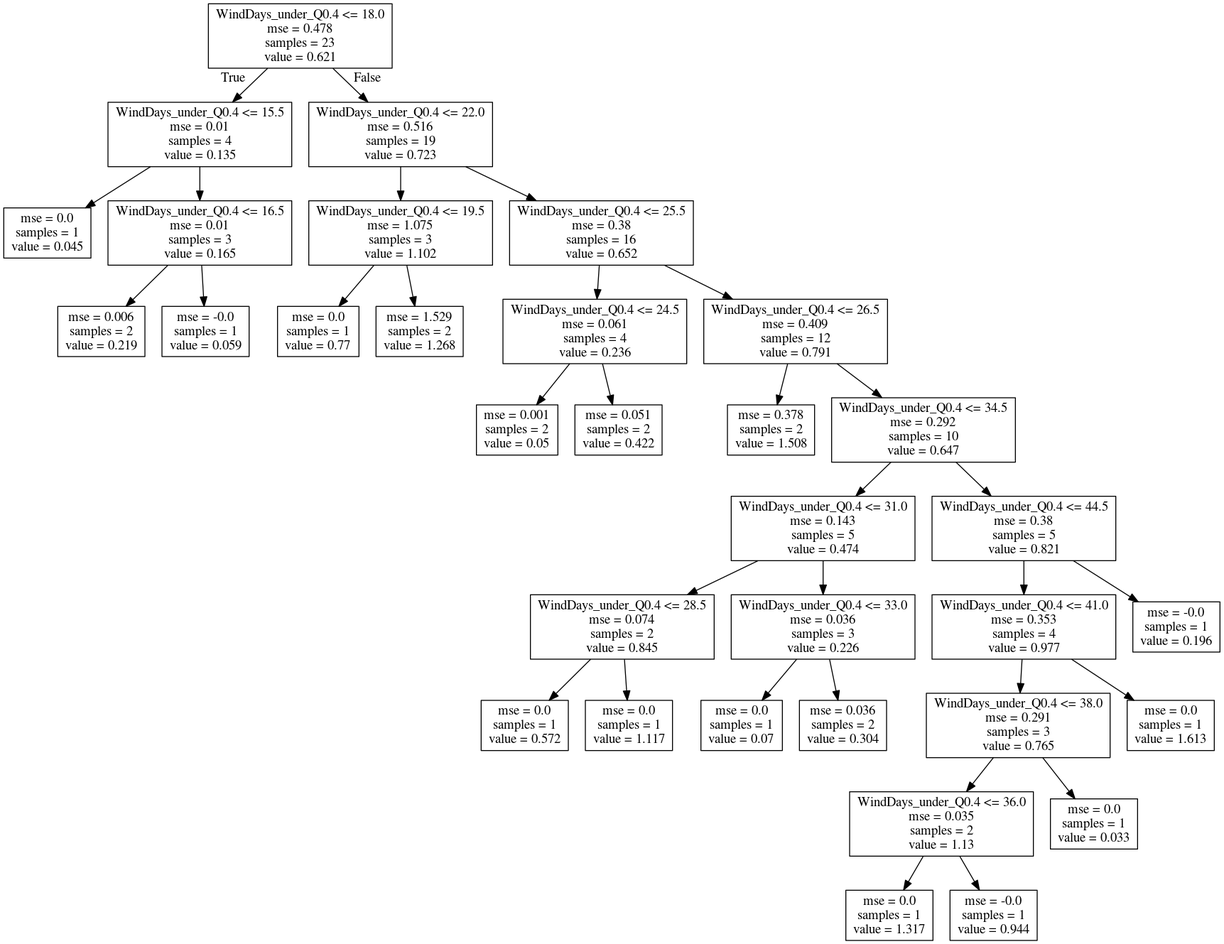
The Graphviz diagram Norway_Morsa/Model_Development/Figures/Discretization_regTrees/summ_Cyano-WindDays_under_Q0.4.png in icra/WATExR, before a commit. Its source is kept beside it as Norway_Morsa/Model_Development/Figures/Discretization_regTrees/summ_Cyano-WindDays_under_Q0.4.dot. The source it was exported from:
```dot
digraph Tree {
node [shape=box] ;
0 [label="WindDays_under_Q0.4 <= 18.0\nmse = 0.478\nsamples = 23\nvalue = 0.621"] ;
1 [label="WindDays_under_Q0.4 <= 15.5\nmse = 0.01\nsamples = 4\nvalue = 0.135"] ;
0 -> 1 [labeldistance=2.5, labelangle=45, headlabel="True"] ;
2 [label="mse = 0.0\nsamples = 1\nvalue = 0.045"] ;
1 -> 2 ;
3 [label="WindDays_under_Q0.4 <= 16.5\nmse = 0.01\nsamples = 3\nvalue = 0.165"] ;
1 -> 3 ;
4 [label="mse = 0.006\nsamples = 2\nvalue = 0.219"] ;
3 -> 4 ;
5 [label="mse = -0.0\nsamples = 1\nvalue = 0.059"] ;
3 -> 5 ;
6 [label="WindDays_under_Q0.4 <= 22.0\nmse = 0.516\nsamples = 19\nvalue = 0.723"] ;
0 -> 6 [labeldistance=2.5, labelangle=-45, headlabel="False"] ;
7 [label="WindDays_under_Q0.4 <= 19.5\nmse = 1.075\nsamples = 3\nvalue = 1.102"] ;
6 -> 7 ;
8 [label="mse = 0.0\nsamples = 1\nvalue = 0.77"] ;
7 -> 8 ;
9 [label="mse = 1.529\nsamples = 2\nvalue = 1.268"] ;
7 -> 9 ;
10 [label="WindDays_under_Q0.4 <= 25.5\nmse = 0.38\nsamples = 16\nvalue = 0.652"] ;
6 -> 10 ;
11 [label="WindDays_under_Q0.4 <= 24.5\nmse = 0.061\nsamples = 4\nvalue = 0.236"] ;
10 -> 11 ;
12 [label="mse = 0.001\nsamples = 2\nvalue = 0.05"] ;
11 -> 12 ;
13 [label="mse = 0.051\nsamples = 2\nvalue = 0.422"] ;
11 -> 13 ;
14 [label="WindDays_under_Q0.4 <= 26.5\nmse = 0.409\nsamples = 12\nvalue = 0.791"] ;
10 -> 14 ;
15 [label="mse = 0.378\nsamples = 2\nvalue = 1.508"] ;
14 -> 15 ;
16 [label="WindDays_under_Q0.4 <= 34.5\nmse = 0.292\nsamples = 10\nvalue = 0.647"] ;
14 -> 16 ;
17 [label="WindDays_under_Q0.4 <= 31.0\nmse = 0.143\nsamples = 5\nvalue = 0.474"] ;
16 -> 17 ;
18 [label="WindDays_under_Q0.4 <= 28.5\nmse = 0.074\nsamples = 2\nvalue = 0.845"] ;
17 -> 18 ;
19 [label="mse = 0.0\nsamples = 1\nvalue = 0.572"] ;
18 -> 19 ;
20 [label="mse = 0.0\nsamples = 1\nvalue = 1.117"] ;
18 -> 20 ;
21 [label="WindDays_under_Q0.4 <= 33.0\nmse = 0.036\nsamples = 3\nvalue = 0.226"] ;
17 -> 21 ;
22 [label="mse = 0.0\nsamples = 1\nvalue = 0.07"] ;
21 -> 22 ;
23 [label="mse = 0.036\nsamples = 2\nvalue = 0.304"] ;
21 -> 23 ;
24 [label="WindDays_under_Q0.4 <= 44.5\nmse = 0.38\nsamples = 5\nvalue = 0.821"] ;
16 -> 24 ;
25 [label="WindDays_under_Q0.4 <= 41.0\nmse = 0.353\nsamples = 4\nvalue = 0.977"] ;
24 -> 25 ;
26 [label="WindDays_under_Q0.4 <= 38.0\nmse = 0.291\nsamples = 3\nvalue = 0.765"] ;
25 -> 26 ;
27 [label="WindDays_under_Q0.4 <= 36.0\nmse = 0.035\nsamples = 2\nvalue = 1.13"] ;
26 -> 27 ;
28 [label="mse = 0.0\nsamples = 1\nvalue = 1.317"] ;
27 -> 28 ;
29 [label="mse = -0.0\nsamples = 1\nvalue = 0.944"] ;
27 -> 29 ;
30 [label="mse = 0.0\nsamples = 1\nvalue = 0.033"] ;
26 -> 30 ;
31 [label="mse = 0.0\nsamples = 1\nvalue = 1.613"] ;
25 -> 31 ;
32 [label="mse = -0.0\nsamples = 1\nvalue = 0.196"] ;
24 -> 32 ;
}
```
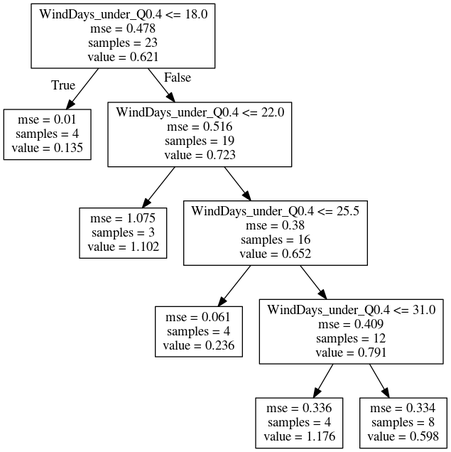
After the commit.

The edit, as a diff of the source:
```diff
@@ -1,68 +1,20 @@
 digraph Tree {
 node [shape=box] ;
 0 [label="WindDays_under_Q0.4 <= 18.0\nmse = 0.478\nsamples = 23\nvalue = 0.621"] ;
-1 [label="WindDays_under_Q0.4 <= 15.5\nmse = 0.01\nsamples = 4\nvalue = 0.135"] ;
+1 [label="mse = 0.01\nsamples = 4\nvalue = 0.135"] ;
 0 -> 1 [labeldistance=2.5, labelangle=45, headlabel="True"] ;
-2 [label="mse = 0.0\nsamples = 1\nvalue = 0.045"] ;
-1 -> 2 ;
-3 [label="WindDays_under_Q0.4 <= 16.5\nmse = 0.01\nsamples = 3\nvalue = 0.165"] ;
-1 -> 3 ;
-4 [label="mse = 0.006\nsamples = 2\nvalue = 0.219"] ;
-3 -> 4 ;
-5 [label="mse = -0.0\nsamples = 1\nvalue = 0.059"] ;
-3 -> 5 ;
-6 [label="WindDays_under_Q0.4 <= 22.0\nmse = 0.516\nsamples = 19\nvalue = 0.723"] ;
-0 -> 6 [labeldistance=2.5, labelangle=-45, headlabel="False"] ;
-7 [label="WindDays_under_Q0.4 <= 19.5\nmse = 1.075\nsamples = 3\nvalue = 1.102"] ;
+2 [label="WindDays_under_Q0.4 <= 22.0\nmse = 0.516\nsamples = 19\nvalue = 0.723"] ;
+0 -> 2 [labeldistance=2.5, labelangle=-45, headlabel="False"] ;
+3 [label="mse = 1.075\nsamples = 3\nvalue = 1.102"] ;
+2 -> 3 ;
+4 [label="WindDays_under_Q0.4 <= 25.5\nmse = 0.38\nsamples = 16\nvalue = 0.652"] ;
+2 -> 4 ;
+5 [label="mse = 0.061\nsamples = 4\nvalue = 0.236"] ;
+4 -> 5 ;
+6 [label="WindDays_under_Q0.4 <= 31.0\nmse = 0.409\nsamples = 12\nvalue = 0.791"] ;
+4 -> 6 ;
+7 [label="mse = 0.336\nsamples = 4\nvalue = 1.176"] ;
 6 -> 7 ;
-8 [label="mse = 0.0\nsamples = 1\nvalue = 0.77"] ;
-7 -> 8 ;
-9 [label="mse = 1.529\nsamples = 2\nvalue = 1.268"] ;
-7 -> 9 ;
-10 [label="WindDays_under_Q0.4 <= 25.5\nmse = 0.38\nsamples = 16\nvalue = 0.652"] ;
-6 -> 10 ;
-11 [label="WindDays_under_Q0.4 <= 24.5\nmse = 0.061\nsamples = 4\nvalue = 0.236"] ;
-10 -> 11 ;
-12 [label="mse = 0.001\nsamples = 2\nvalue = 0.05"] ;
-11 -> 12 ;
-13 [label="mse = 0.051\nsamples = 2\nvalue = 0.422"] ;
-11 -> 13 ;
-14 [label="WindDays_under_Q0.4 <= 26.5\nmse = 0.409\nsamples = 12\nvalue = 0.791"] ;
-10 -> 14 ;
-15 [label="mse = 0.378\nsamples = 2\nvalue = 1.508"] ;
-14 -> 15 ;
-16 [label="WindDays_under_Q0.4 <= 34.5\nmse = 0.292\nsamples = 10\nvalue = 0.647"] ;
-14 -> 16 ;
-17 [label="WindDays_under_Q0.4 <= 31.0\nmse = 0.143\nsamples = 5\nvalue = 0.474"] ;
-16 -> 17 ;
-18 [label="WindDays_under_Q0.4 <= 28.5\nmse = 0.074\nsamples = 2\nvalue = 0.845"] ;
-17 -> 18 ;
-19 [label="mse = 0.0\nsamples = 1\nvalue = 0.572"] ;
-18 -> 19 ;
-20 [label="mse = 0.0\nsamples = 1\nvalue = 1.117"] ;
-18 -> 20 ;
-21 [label="WindDays_under_Q0.4 <= 33.0\nmse = 0.036\nsamples = 3\nvalue = 0.226"] ;
-17 -> 21 ;
-22 [label="mse = 0.0\nsamples = 1\nvalue = 0.07"] ;
-21 -> 22 ;
-23 [label="mse = 0.036\nsamples = 2\nvalue = 0.304"] ;
-21 -> 23 ;
-24 [label="WindDays_under_Q0.4 <= 44.5\nmse = 0.38\nsamples = 5\nvalue = 0.821"] ;
-16 -> 24 ;
-25 [label="WindDays_under_Q0.4 <= 41.0\nmse = 0.353\nsamples = 4\nvalue = 0.977"] ;
-24 -> 25 ;
-26 [label="WindDays_under_Q0.4 <= 38.0\nmse = 0.291\nsamples = 3\nvalue = 0.765"] ;
-25 -> 26 ;
-27 [label="WindDays_under_Q0.4 <= 36.0\nmse = 0.035\nsamples = 2\nvalue = 1.13"] ;
-26 -> 27 ;
-28 [label="mse = 0.0\nsamples = 1\nvalue = 1.317"] ;
-27 -> 28 ;
-29 [label="mse = -0.0\nsamples = 1\nvalue = 0.944"] ;
-27 -> 29 ;
-30 [label="mse = 0.0\nsamples = 1\nvalue = 0.033"] ;
-26 -> 30 ;
-31 [label="mse = 0.0\nsamples = 1\nvalue = 1.613"] ;
-25 -> 31 ;
-32 [label="mse = -0.0\nsamples = 1\nvalue = 0.196"] ;
-24 -> 32 ;
+8 [label="mse = 0.334\nsamples = 8\nvalue = 0.598"] ;
+6 -> 8 ;
 }
```
